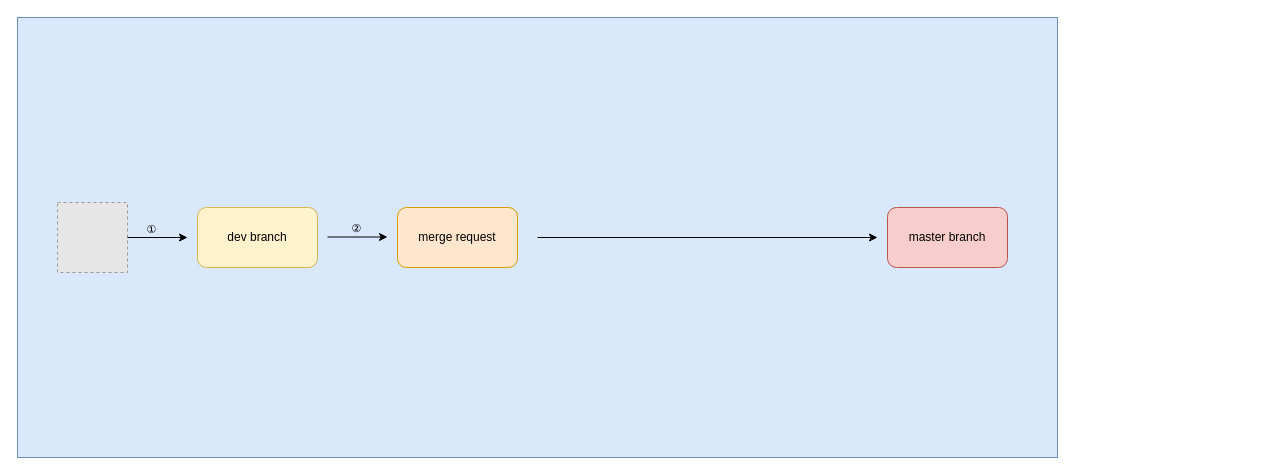
Earlier version of the draw.io diagram configs-infra-ci.drawio (YanshanSong/draw.io). Source tidied: cells renumbered, new cells numbered last; positions are measured from the earlier drawing's top-left corner, leaving out a move shared by most shapes. Both pictures are drawn from the tidied source at 100%, with x=0, y=0 at pixel (17, 17). Pictures stored in the file or linked from it are replaced by grey dashed boxes.
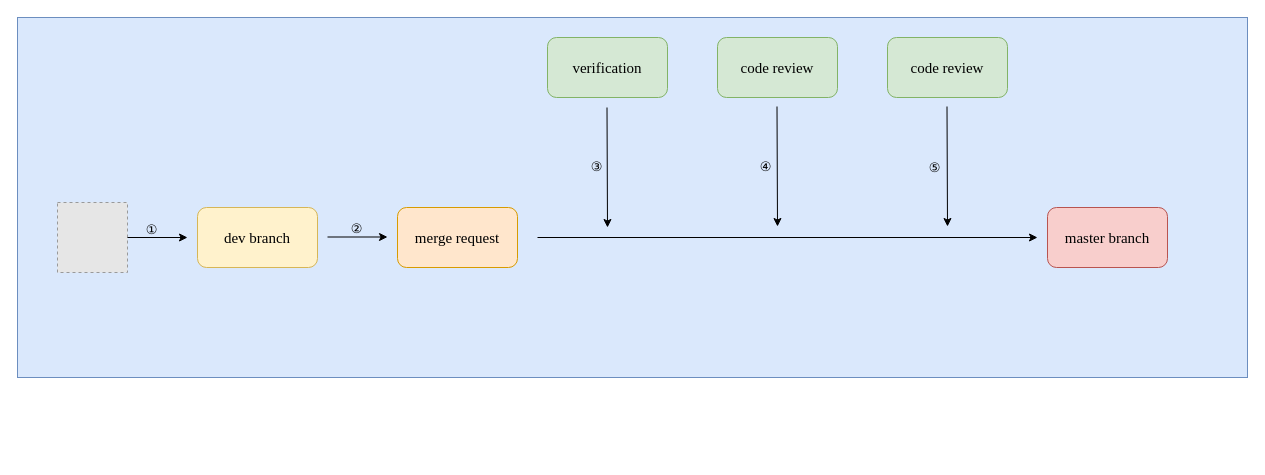
After the change.

Diff of the diagram source:
```diff
@@
-    <mxCell id="2" style="rounded=0;whiteSpace=wrap;html=1;fillColor=#dae8fc;strokeColor=#6c8ebf;" parent="1" vertex="1">
-      <mxGeometry width="1040" height="440" as="geometry" />
+    <mxCell id="2" style="rounded=0;whiteSpace=wrap;html=1;fillColor=#dae8fc;strokeColor=#6c8ebf;fontFamily=Times New Roman;" parent="1" vertex="1">
+      <mxGeometry width="1230" height="360" as="geometry" />
     </mxCell>
-    <mxCell id="3" value="dev branch" style="rounded=1;whiteSpace=wrap;html=1;fillColor=#fff2cc;strokeColor=#d6b656;" parent="1" vertex="1">
+    <mxCell id="3" value="dev branch" style="rounded=1;whiteSpace=wrap;html=1;fillColor=#fff2cc;strokeColor=#d6b656;fontFamily=Times New Roman;fontSize=15;" parent="1" vertex="1">
       <mxGeometry x="180" y="190" width="120" height="60" as="geometry" />
     </mxCell>
-    <mxCell id="4" value="master branch" style="rounded=1;whiteSpace=wrap;html=1;fillColor=#f8cecc;strokeColor=#b85450;" parent="1" vertex="1">
-      <mxGeometry x="870" y="190" width="120" height="60" as="geometry" />
+    <mxCell id="4" value="master branch" style="rounded=1;whiteSpace=wrap;html=1;fillColor=#f8cecc;strokeColor=#b85450;fontFamily=Times New Roman;fontSize=15;" parent="1" vertex="1">
+      <mxGeometry x="1030" y="190" width="120" height="60" as="geometry" />
     </mxCell>
-    <mxCell id="5" style="fillColor=#E6E6E6;strokeColor=#999999;dashed=1;verticalLabelPosition=bottom;labelBackgroundColor=default;verticalAlign=top;" parent="1" vertex="1">
+    <mxCell id="5" style="fillColor=#E6E6E6;strokeColor=#999999;dashed=1;verticalLabelPosition=bottom;labelBackgroundColor=default;verticalAlign=top;fontFamily=Times New Roman;" parent="1" vertex="1">
       <mxGeometry x="40" y="185" width="70" height="70" as="geometry" />
     </mxCell>
-    <mxCell id="6" style="endArrow=classic;html=1;rounded=0;exitX=1;exitY=0.5;exitDx=0;exitDy=0;" parent="1" edge="1" source="5">
+    <mxCell id="6" style="endArrow=classic;html=1;rounded=0;exitX=1;exitY=0.5;exitDx=0;exitDy=0;fontFamily=Times New Roman;" parent="1" edge="1" source="5">
       <mxGeometry relative="1" as="geometry">
         <mxPoint x="170" y="220" as="targetPoint" />
       </mxGeometry>
     </mxCell>
-    <mxCell id="7" value="①" style="edgeLabel;html=1;align=center;verticalAlign=middle;labelBackgroundColor=none;" parent="6" vertex="1">
+    <mxCell id="7" value="①" style="edgeLabel;html=1;align=center;verticalAlign=middle;labelBackgroundColor=none;fontFamily=Times New Roman;fontSize=13;" parent="6" vertex="1">
       <mxGeometry x="-0.3" y="4" relative="1" as="geometry">
         <mxPoint x="2" y="-5" as="offset" />
       </mxGeometry>
     </mxCell>
-    <mxCell id="8" value="merge request" style="rounded=1;whiteSpace=wrap;html=1;fillColor=#ffe6cc;strokeColor=#d79b00;" parent="1" vertex="1">
+    <mxCell id="8" value="merge request" style="rounded=1;whiteSpace=wrap;html=1;fillColor=#ffe6cc;strokeColor=#d79b00;fontFamily=Times New Roman;fontSize=15;" parent="1" vertex="1">
       <mxGeometry x="380" y="190" width="120" height="60" as="geometry" />
     </mxCell>
-    <mxCell id="9" style="endArrow=classic;html=1;rounded=0;exitX=1;exitY=0.5;exitDx=0;exitDy=0;" parent="1" edge="1">
+    <mxCell id="9" style="endArrow=classic;html=1;rounded=0;exitX=1;exitY=0.5;exitDx=0;exitDy=0;fontFamily=Times New Roman;" parent="1" edge="1">
       <mxGeometry relative="1" as="geometry">
         <mxPoint x="310" y="219.5" as="sourcePoint" />
         <mxPoint x="370" y="219.5" as="targetPoint" />
       </mxGeometry>
     </mxCell>
-    <mxCell id="10" value="②" style="edgeLabel;html=1;align=center;verticalAlign=middle;labelBackgroundColor=none;" parent="1" vertex="1">
+    <mxCell id="10" value="②" style="edgeLabel;html=1;align=center;verticalAlign=middle;labelBackgroundColor=none;fontFamily=Times New Roman;fontSize=13;" parent="1" vertex="1">
       <mxGeometry x="340" y="209" as="geometry">
         <mxPoint x="-2" y="1" as="offset" />
       </mxGeometry>
     </mxCell>
-    <mxCell id="11" style="endArrow=classic;html=1;rounded=0;" parent="1" edge="1">
+    <mxCell id="11" style="endArrow=classic;html=1;rounded=0;fontFamily=Times New Roman;" parent="1" edge="1">
       <mxGeometry relative="1" as="geometry">
         <mxPoint x="520" y="220" as="sourcePoint" />
-        <mxPoint x="860" y="220" as="targetPoint" />
+        <mxPoint x="1020" y="220" as="targetPoint" />
       </mxGeometry>
     </mxCell>
+    <mxCell id="12" value="verification" style="rounded=1;whiteSpace=wrap;html=1;fillColor=#d5e8d4;strokeColor=#82b366;fontFamily=Times New Roman;fontSize=15;" parent="1" vertex="1">
+      <mxGeometry x="530" y="20" width="120" height="60" as="geometry" />
+    </mxCell>
+    <mxCell id="13" style="endArrow=classic;html=1;rounded=0;exitX=0.5;exitY=1;exitDx=0;exitDy=0;fontFamily=Times New Roman;" parent="1" edge="1">
+      <mxGeometry relative="1" as="geometry">
+        <mxPoint x="589.5" y="90" as="sourcePoint" />
+        <mxPoint x="590" y="210" as="targetPoint" />
+      </mxGeometry>
+    </mxCell>
+    <mxCell id="14" value="③" style="edgeLabel;html=1;align=center;verticalAlign=middle;labelBackgroundColor=none;fontFamily=Times New Roman;fontSize=13;" parent="1" vertex="1">
+      <mxGeometry x="566" y="140" as="geometry">
+        <mxPoint x="12" y="8" as="offset" />
+      </mxGeometry>
+    </mxCell>
+    <mxCell id="15" value="code review" style="rounded=1;whiteSpace=wrap;html=1;fillColor=#d5e8d4;strokeColor=#82b366;fontFamily=Times New Roman;fontSize=15;" parent="1" vertex="1">
+      <mxGeometry x="700" y="20" width="120" height="60" as="geometry" />
+    </mxCell>
+    <mxCell id="16" style="endArrow=classic;html=1;rounded=0;exitX=0.5;exitY=1;exitDx=0;exitDy=0;fontFamily=Times New Roman;" parent="1" edge="1">
+      <mxGeometry relative="1" as="geometry">
+        <mxPoint x="759.5" y="89" as="sourcePoint" />
+        <mxPoint x="760" y="209" as="targetPoint" />
+      </mxGeometry>
+    </mxCell>
+    <mxCell id="17" value="④" style="edgeLabel;html=1;align=center;verticalAlign=middle;labelBackgroundColor=none;fontFamily=Times New Roman;fontSize=13;" parent="1" vertex="1">
+      <mxGeometry x="576" y="158" as="geometry">
+        <mxPoint x="171" y="-10" as="offset" />
+      </mxGeometry>
+    </mxCell>
+    <mxCell id="18" value="code review" style="rounded=1;whiteSpace=wrap;html=1;fillColor=#d5e8d4;strokeColor=#82b366;fontFamily=Times New Roman;fontSize=15;" parent="1" vertex="1">
+      <mxGeometry x="870" y="20" width="120" height="60" as="geometry" />
+    </mxCell>
+    <mxCell id="19" style="endArrow=classic;html=1;rounded=0;exitX=0.5;exitY=1;exitDx=0;exitDy=0;fontFamily=Times New Roman;" parent="1" edge="1">
+      <mxGeometry relative="1" as="geometry">
+        <mxPoint x="929.5" y="89" as="sourcePoint" />
+        <mxPoint x="930" y="209" as="targetPoint" />
+      </mxGeometry>
+    </mxCell>
+    <mxCell id="20" value="⑤" style="edgeLabel;html=1;align=center;verticalAlign=middle;labelBackgroundColor=none;fontFamily=Times New Roman;fontSize=13;" parent="1" vertex="1">
+      <mxGeometry x="745" y="159" as="geometry">
+        <mxPoint x="171" y="-10" as="offset" />
+      </mxGeometry>
+    </mxCell>
```
